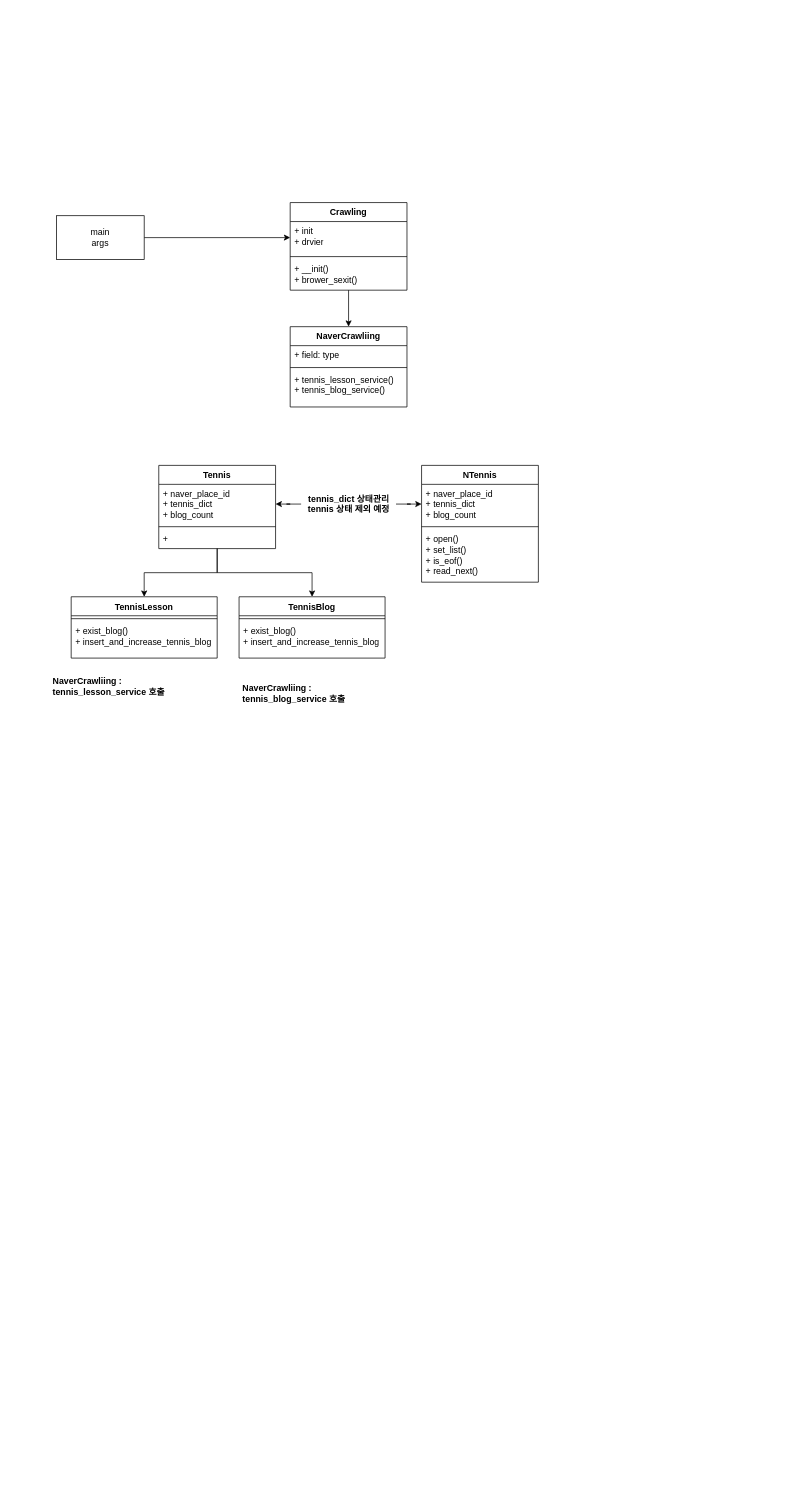
The draw.io diagram etc/Crawling-Diagram.drawio in Geol2/crawling-meme, before the edit. Source tidied: cells renumbered, new cells numbered last; positions are measured from the earlier drawing's top-left corner, leaving out a move shared by most shapes. Both pictures are drawn from the tidied source at 73%, with x=0, y=0 at pixel (49, 202).
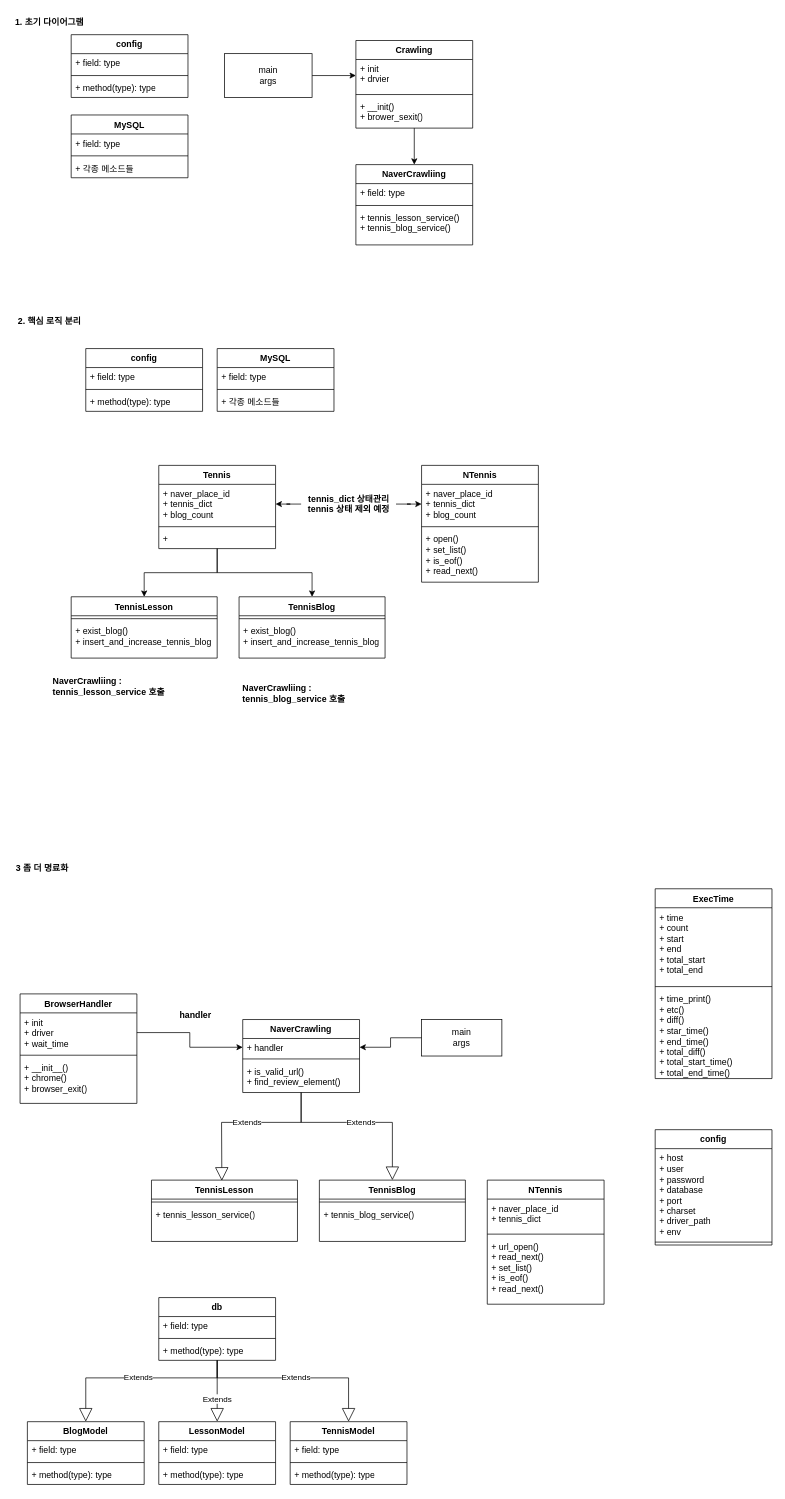
The same diagram, later.

What changed in the source:
```diff
@@
     <mxCell id="3" value="main&lt;br&gt;args" style="rounded=0;whiteSpace=wrap;html=1;" parent="1" vertex="1">
-      <mxGeometry x="10" y="18" width="120" height="60" as="geometry" />
+      <mxGeometry x="240" y="-204" width="120" height="60" as="geometry" />
     </mxCell>
@@
     <mxCell id="14" value="NaverCrawliing" style="swimlane;fontStyle=1;align=center;verticalAlign=top;horizontal=1;startSize=26;whiteSpace=wrap;html=1;" parent="1" vertex="1">
-      <mxGeometry x="330" y="170" width="160" height="110" as="geometry" />
+      <mxGeometry x="420" y="-52" width="160" height="110" as="geometry" />
     </mxCell>
@@
     <mxCell id="21" value="Crawling" style="swimlane;fontStyle=1;align=center;verticalAlign=top;horizontal=1;startSize=26;whiteSpace=wrap;html=1;" parent="1" vertex="1">
-      <mxGeometry x="330" width="160" height="120" as="geometry" />
+      <mxGeometry x="420" y="-222" width="160" height="120" as="geometry" />
     </mxCell>
@@
+    <mxCell id="34" value="TennisLesson" style="swimlane;fontStyle=1;align=center;verticalAlign=top;horizontal=1;startSize=26;whiteSpace=wrap;html=1;" parent="1" vertex="1">
+      <mxGeometry x="140" y="1339.1" width="200" height="84" as="geometry" />
+    </mxCell>
+    <mxCell id="35" style="line;strokeWidth=1;fillColor=none;align=left;verticalAlign=middle;spacingTop=-1;spacingLeft=3;spacingRight=3;labelPosition=right;strokeColor=inherit;" parent="34" vertex="1">
+      <mxGeometry y="26" width="200" height="8" as="geometry" />
+    </mxCell>
+    <mxCell id="36" value="+ tennis_lesson_service()" style="text;strokeColor=none;fillColor=none;align=left;verticalAlign=top;spacingLeft=4;spacingRight=4;overflow=hidden;whiteSpace=wrap;html=1;" parent="34" vertex="1">
+      <mxGeometry y="34" width="200" height="50" as="geometry" />
+    </mxCell>
+    <mxCell id="37" value="TennisBlog" style="swimlane;fontStyle=1;align=center;verticalAlign=top;horizontal=1;startSize=26;whiteSpace=wrap;html=1;" parent="1" vertex="1">
+      <mxGeometry x="370" y="1339.1" width="200" height="84" as="geometry" />
+    </mxCell>
+    <mxCell id="38" style="line;strokeWidth=1;fillColor=none;align=left;verticalAlign=middle;spacingTop=-1;spacingLeft=3;spacingRight=3;labelPosition=right;strokeColor=inherit;" parent="37" vertex="1">
+      <mxGeometry y="26" width="200" height="8" as="geometry" />
+    </mxCell>
+    <mxCell id="39" value="+ tennis_blog_service()" style="text;strokeColor=none;fillColor=none;align=left;verticalAlign=top;spacingLeft=4;spacingRight=4;overflow=hidden;whiteSpace=wrap;html=1;" parent="37" vertex="1">
+      <mxGeometry y="34" width="200" height="50" as="geometry" />
+    </mxCell>
+    <mxCell id="40" value="NTennis" style="swimlane;fontStyle=1;align=center;verticalAlign=top;horizontal=1;startSize=26;whiteSpace=wrap;html=1;" parent="1" vertex="1">
+      <mxGeometry x="600" y="1339.1" width="160" height="170" as="geometry" />
+    </mxCell>
+    <mxCell id="41" value="+ naver_place_id&lt;br&gt;+ tennis_dict" style="text;strokeColor=none;fillColor=none;align=left;verticalAlign=top;spacingLeft=4;spacingRight=4;overflow=hidden;whiteSpace=wrap;html=1;" parent="40" vertex="1">
+      <mxGeometry y="26" width="160" height="44" as="geometry" />
+    </mxCell>
+    <mxCell id="42" style="line;strokeWidth=1;fillColor=none;align=left;verticalAlign=middle;spacingTop=-1;spacingLeft=3;spacingRight=3;labelPosition=right;strokeColor=inherit;" parent="40" vertex="1">
+      <mxGeometry y="70" width="160" height="8" as="geometry" />
+    </mxCell>
+    <mxCell id="43" value="+&amp;nbsp;url_open&lt;span style=&quot;background-color: initial;&quot;&gt;()&lt;br&gt;&lt;/span&gt;+&amp;nbsp;read_next()&lt;br&gt;+ set_list()&lt;br&gt;+ is_eof()&lt;br&gt;+ read_next()" style="text;strokeColor=none;fillColor=none;align=left;verticalAlign=top;spacingLeft=4;spacingRight=4;overflow=hidden;whiteSpace=wrap;html=1;" parent="40" vertex="1">
+      <mxGeometry y="78" width="160" height="92" as="geometry" />
+    </mxCell>
+    <mxCell id="44" value="NaverCrawling" style="swimlane;fontStyle=1;align=center;verticalAlign=top;horizontal=1;startSize=26;whiteSpace=wrap;html=1;" parent="1" vertex="1">
+      <mxGeometry x="265" y="1119.1" width="160" height="100" as="geometry" />
+    </mxCell>
+    <mxCell id="45" value="+ handler" style="text;strokeColor=none;fillColor=none;align=left;verticalAlign=top;spacingLeft=4;spacingRight=4;overflow=hidden;points=[[0,0.5],[1,0.5]];portConstraint=eastwest;whiteSpace=wrap;html=1;" parent="44" vertex="1">
+      <mxGeometry y="26" width="160" height="24" as="geometry" />
+    </mxCell>
+    <mxCell id="46" style="line;strokeWidth=1;fillColor=none;align=left;verticalAlign=middle;spacingTop=-1;spacingLeft=3;spacingRight=3;labelPosition=right;strokeColor=inherit;" parent="44" vertex="1">
+      <mxGeometry y="50" width="160" height="8" as="geometry" />
+    </mxCell>
+    <mxCell id="47" value="+&amp;nbsp;is_valid_url()&lt;br&gt;+&amp;nbsp;find_review_element()" style="text;strokeColor=none;fillColor=none;align=left;verticalAlign=top;spacingLeft=4;spacingRight=4;overflow=hidden;points=[[0,0.5],[1,0.5]];portConstraint=eastwest;whiteSpace=wrap;html=1;" parent="44" vertex="1">
+      <mxGeometry y="58" width="160" height="42" as="geometry" />
+    </mxCell>
+    <mxCell id="48" value="config" style="swimlane;fontStyle=1;align=center;verticalAlign=top;horizontal=1;startSize=26;whiteSpace=wrap;html=1;" parent="1" vertex="1">
+      <mxGeometry x="830" y="1270" width="160" height="158" as="geometry" />
+    </mxCell>
+    <mxCell id="49" value="+ host&lt;br&gt;+ user&lt;br&gt;+ password&lt;br&gt;+ database&lt;br&gt;+ port&lt;br&gt;+ charset&lt;br&gt;+ driver_path&lt;br&gt;+ env" style="text;strokeColor=none;fillColor=none;align=left;verticalAlign=top;spacingLeft=4;spacingRight=4;overflow=hidden;whiteSpace=wrap;html=1;" parent="48" vertex="1">
+      <mxGeometry y="26" width="160" height="124" as="geometry" />
+    </mxCell>
+    <mxCell id="50" style="line;strokeWidth=1;fillColor=none;align=left;verticalAlign=middle;spacingTop=-1;spacingLeft=3;spacingRight=3;labelPosition=right;strokeColor=inherit;" parent="48" vertex="1">
+      <mxGeometry y="150" width="160" height="8" as="geometry" />
+    </mxCell>
+    <mxCell id="51" value="ExecTime" style="swimlane;fontStyle=1;align=center;verticalAlign=top;horizontal=1;startSize=26;whiteSpace=wrap;html=1;" parent="1" vertex="1">
+      <mxGeometry x="830" y="940" width="160" height="260" as="geometry" />
+    </mxCell>
+    <mxCell id="52" value="+ time&lt;br&gt;+ count&lt;br&gt;+ start&lt;br&gt;+ end&lt;br&gt;+ total_start&lt;br&gt;+ total_end&lt;br&gt;" style="text;strokeColor=none;fillColor=none;align=left;verticalAlign=top;spacingLeft=4;spacingRight=4;overflow=hidden;whiteSpace=wrap;html=1;" parent="51" vertex="1">
+      <mxGeometry y="26" width="160" height="104" as="geometry" />
+    </mxCell>
+    <mxCell id="53" style="line;strokeWidth=1;fillColor=none;align=left;verticalAlign=middle;spacingTop=-1;spacingLeft=3;spacingRight=3;labelPosition=right;strokeColor=inherit;" parent="51" vertex="1">
+      <mxGeometry y="130" width="160" height="8" as="geometry" />
+    </mxCell>
+    <mxCell id="54" value="+&amp;nbsp;time_print()&lt;br&gt;+ etc()&lt;br&gt;+ diff()&lt;br&gt;+ star_time()&lt;br&gt;+ end_time()&lt;br&gt;+ total_diff()&lt;br&gt;+ total_start_time()&lt;br&gt;+ total_end_time()" style="text;strokeColor=none;fillColor=none;align=left;verticalAlign=top;spacingLeft=4;spacingRight=4;overflow=hidden;whiteSpace=wrap;html=1;" parent="51" vertex="1">
+      <mxGeometry y="138" width="160" height="122" as="geometry" />
+    </mxCell>
+    <mxCell id="55" value="BrowserHandler" style="swimlane;fontStyle=1;align=center;verticalAlign=top;horizontal=1;startSize=26;whiteSpace=wrap;html=1;" parent="1" vertex="1">
+      <mxGeometry x="-40" y="1084" width="160" height="150" as="geometry" />
+    </mxCell>
+    <mxCell id="56" value="+ init&lt;br&gt;+ driver&lt;br&gt;+ wait_time" style="text;strokeColor=none;fillColor=none;align=left;verticalAlign=top;spacingLeft=4;spacingRight=4;overflow=hidden;points=[[0,0.5],[1,0.5]];portConstraint=eastwest;whiteSpace=wrap;html=1;" parent="55" vertex="1">
+      <mxGeometry y="26" width="160" height="54" as="geometry" />
+    </mxCell>
+    <mxCell id="57" style="line;strokeWidth=1;fillColor=none;align=left;verticalAlign=middle;spacingTop=-1;spacingLeft=3;spacingRight=3;labelPosition=right;strokeColor=inherit;" parent="55" vertex="1">
+      <mxGeometry y="80" width="160" height="8" as="geometry" />
+    </mxCell>
+    <mxCell id="58" value="+ __init__()&lt;br&gt;+ chrome()&lt;br&gt;+ browser_exit()" style="text;strokeColor=none;fillColor=none;align=left;verticalAlign=top;spacingLeft=4;spacingRight=4;overflow=hidden;whiteSpace=wrap;html=1;" parent="55" vertex="1">
+      <mxGeometry y="88" width="160" height="62" as="geometry" />
+    </mxCell>
+    <mxCell id="59" value="db" style="swimlane;fontStyle=1;align=center;verticalAlign=top;horizontal=1;startSize=26;whiteSpace=wrap;html=1;" parent="1" vertex="1">
+      <mxGeometry x="150" y="1500" width="160" height="86" as="geometry" />
+    </mxCell>
+    <mxCell id="60" value="+ field: type" style="text;strokeColor=none;fillColor=none;align=left;verticalAlign=top;spacingLeft=4;spacingRight=4;overflow=hidden;whiteSpace=wrap;html=1;" parent="59" vertex="1">
+      <mxGeometry y="26" width="160" height="26" as="geometry" />
+    </mxCell>
+    <mxCell id="61" style="line;strokeWidth=1;fillColor=none;align=left;verticalAlign=middle;spacingTop=-1;spacingLeft=3;spacingRight=3;labelPosition=right;strokeColor=inherit;" parent="59" vertex="1">
+      <mxGeometry y="52" width="160" height="8" as="geometry" />
+    </mxCell>
+    <mxCell id="62" value="+ method(type): type" style="text;strokeColor=none;fillColor=none;align=left;verticalAlign=top;spacingLeft=4;spacingRight=4;overflow=hidden;points=[[0,0.5],[1,0.5]];portConstraint=eastwest;whiteSpace=wrap;html=1;" parent="59" vertex="1">
+      <mxGeometry y="60" width="160" height="26" as="geometry" />
+    </mxCell>
+    <mxCell id="63" style="edgeStyle=orthogonalEdgeStyle;rounded=0;jettySize=auto;html=1;entryX=0;entryY=0.5;entryDx=0;entryDy=0;" parent="1" edge="1" source="56" target="45">
+      <mxGeometry relative="1" as="geometry" />
+    </mxCell>
+    <mxCell id="64" value="handler" style="text;align=center;fontStyle=1;verticalAlign=middle;spacingLeft=3;spacingRight=3;strokeColor=none;html=1;" parent="1" vertex="1">
+      <mxGeometry x="160" y="1100" width="80" height="26" as="geometry" />
+    </mxCell>
+    <mxCell id="65" value="BlogModel" style="swimlane;fontStyle=1;align=center;verticalAlign=top;horizontal=1;startSize=26;whiteSpace=wrap;html=1;" parent="1" vertex="1">
+      <mxGeometry x="-30" y="1670" width="160" height="86" as="geometry" />
+    </mxCell>
+    <mxCell id="66" value="+ field: type" style="text;strokeColor=none;fillColor=none;align=left;verticalAlign=top;spacingLeft=4;spacingRight=4;overflow=hidden;whiteSpace=wrap;html=1;" parent="65" vertex="1">
+      <mxGeometry y="26" width="160" height="26" as="geometry" />
+    </mxCell>
+    <mxCell id="67" style="line;strokeWidth=1;fillColor=none;align=left;verticalAlign=middle;spacingTop=-1;spacingLeft=3;spacingRight=3;labelPosition=right;strokeColor=inherit;" parent="65" vertex="1">
+      <mxGeometry y="52" width="160" height="8" as="geometry" />
+    </mxCell>
+    <mxCell id="68" value="+ method(type): type" style="text;strokeColor=none;fillColor=none;align=left;verticalAlign=top;spacingLeft=4;spacingRight=4;overflow=hidden;whiteSpace=wrap;html=1;" parent="65" vertex="1">
+      <mxGeometry y="60" width="160" height="26" as="geometry" />
+    </mxCell>
+    <mxCell id="69" value="LessonModel" style="swimlane;fontStyle=1;align=center;verticalAlign=top;horizontal=1;startSize=26;whiteSpace=wrap;html=1;" parent="1" vertex="1">
+      <mxGeometry x="150" y="1670" width="160" height="86" as="geometry" />
+    </mxCell>
+    <mxCell id="70" value="+ field: type" style="text;strokeColor=none;fillColor=none;align=left;verticalAlign=top;spacingLeft=4;spacingRight=4;overflow=hidden;whiteSpace=wrap;html=1;" parent="69" vertex="1">
+      <mxGeometry y="26" width="160" height="26" as="geometry" />
+    </mxCell>
+    <mxCell id="71" style="line;strokeWidth=1;fillColor=none;align=left;verticalAlign=middle;spacingTop=-1;spacingLeft=3;spacingRight=3;labelPosition=right;strokeColor=inherit;" parent="69" vertex="1">
+      <mxGeometry y="52" width="160" height="8" as="geometry" />
+    </mxCell>
+    <mxCell id="72" value="+ method(type): type" style="text;strokeColor=none;fillColor=none;align=left;verticalAlign=top;spacingLeft=4;spacingRight=4;overflow=hidden;whiteSpace=wrap;html=1;" parent="69" vertex="1">
+      <mxGeometry y="60" width="160" height="26" as="geometry" />
+    </mxCell>
+    <mxCell id="73" value="TennisModel" style="swimlane;fontStyle=1;align=center;verticalAlign=top;horizontal=1;startSize=26;whiteSpace=wrap;html=1;" parent="1" vertex="1">
+      <mxGeometry x="330" y="1670" width="160" height="86" as="geometry" />
+    </mxCell>
+    <mxCell id="74" value="+ field: type" style="text;strokeColor=none;fillColor=none;align=left;verticalAlign=top;spacingLeft=4;spacingRight=4;overflow=hidden;whiteSpace=wrap;html=1;" parent="73" vertex="1">
+      <mxGeometry y="26" width="160" height="26" as="geometry" />
+    </mxCell>
+    <mxCell id="75" style="line;strokeWidth=1;fillColor=none;align=left;verticalAlign=middle;spacingTop=-1;spacingLeft=3;spacingRight=3;labelPosition=right;strokeColor=inherit;" parent="73" vertex="1">
+      <mxGeometry y="52" width="160" height="8" as="geometry" />
+    </mxCell>
+    <mxCell id="76" value="+ method(type): type" style="text;strokeColor=none;fillColor=none;align=left;verticalAlign=top;spacingLeft=4;spacingRight=4;overflow=hidden;whiteSpace=wrap;html=1;" parent="73" vertex="1">
+      <mxGeometry y="60" width="160" height="26" as="geometry" />
+    </mxCell>
+    <mxCell id="77" value="main&lt;br&gt;args" style="html=1;whiteSpace=wrap;" parent="1" vertex="1">
+      <mxGeometry x="510" y="1119.1" width="110" height="50" as="geometry" />
+    </mxCell>
+    <mxCell id="78" value="1. 초기 다이어그램" style="text;align=center;fontStyle=1;verticalAlign=middle;spacingLeft=3;spacingRight=3;strokeColor=none;html=1;" parent="1" vertex="1">
+      <mxGeometry x="-40" y="-260" width="80" height="26" as="geometry" />
+    </mxCell>
+    <mxCell id="79" value="2. 핵심 로직 분리" style="text;align=center;fontStyle=1;verticalAlign=middle;spacingLeft=3;spacingRight=3;strokeColor=none;html=1;" parent="1" vertex="1">
+      <mxGeometry x="-50" y="150" width="100" height="26" as="geometry" />
+    </mxCell>
+    <mxCell id="80" value="3 좀 더 명료화" style="text;align=center;fontStyle=1;verticalAlign=middle;spacingLeft=3;spacingRight=3;strokeColor=none;html=1;" parent="1" vertex="1">
+      <mxGeometry x="-50" y="899" width="80" height="26" as="geometry" />
+    </mxCell>
+    <mxCell id="81" value="config" style="swimlane;fontStyle=1;align=center;verticalAlign=top;horizontal=1;startSize=26;whiteSpace=wrap;html=1;" parent="1" vertex="1">
+      <mxGeometry x="50" y="200" width="160" height="86" as="geometry" />
+    </mxCell>
+    <mxCell id="82" value="+ field: type" style="text;strokeColor=none;fillColor=none;align=left;verticalAlign=top;spacingLeft=4;spacingRight=4;overflow=hidden;whiteSpace=wrap;html=1;" parent="81" vertex="1">
+      <mxGeometry y="26" width="160" height="26" as="geometry" />
+    </mxCell>
+    <mxCell id="83" style="line;strokeWidth=1;fillColor=none;align=left;verticalAlign=middle;spacingTop=-1;spacingLeft=3;spacingRight=3;labelPosition=right;strokeColor=inherit;" parent="81" vertex="1">
+      <mxGeometry y="52" width="160" height="8" as="geometry" />
+    </mxCell>
+    <mxCell id="84" value="+ method(type): type" style="text;strokeColor=none;fillColor=none;align=left;verticalAlign=top;spacingLeft=4;spacingRight=4;overflow=hidden;whiteSpace=wrap;html=1;" parent="81" vertex="1">
+      <mxGeometry y="60" width="160" height="26" as="geometry" />
+    </mxCell>
+    <mxCell id="85" value="MySQL" style="swimlane;fontStyle=1;align=center;verticalAlign=top;horizontal=1;startSize=26;whiteSpace=wrap;html=1;" parent="1" vertex="1">
+      <mxGeometry x="230" y="200" width="160" height="86" as="geometry" />
+    </mxCell>
+    <mxCell id="86" value="+ field: type" style="text;strokeColor=none;fillColor=none;align=left;verticalAlign=top;spacingLeft=4;spacingRight=4;overflow=hidden;whiteSpace=wrap;html=1;" parent="85" vertex="1">
+      <mxGeometry y="26" width="160" height="26" as="geometry" />
+    </mxCell>
+    <mxCell id="87" style="line;strokeWidth=1;fillColor=none;align=left;verticalAlign=middle;spacingTop=-1;spacingLeft=3;spacingRight=3;labelPosition=right;strokeColor=inherit;" parent="85" vertex="1">
+      <mxGeometry y="52" width="160" height="8" as="geometry" />
+    </mxCell>
+    <mxCell id="88" value="+ 각종 메소드들" style="text;strokeColor=none;fillColor=none;align=left;verticalAlign=top;spacingLeft=4;spacingRight=4;overflow=hidden;whiteSpace=wrap;html=1;" parent="85" vertex="1">
+      <mxGeometry y="60" width="160" height="26" as="geometry" />
+    </mxCell>
+    <mxCell id="89" value="config" style="swimlane;fontStyle=1;align=center;verticalAlign=top;horizontal=1;startSize=26;whiteSpace=wrap;html=1;" parent="1" vertex="1">
+      <mxGeometry x="30" y="-230" width="160" height="86" as="geometry" />
+    </mxCell>
+    <mxCell id="90" value="+ field: type" style="text;strokeColor=none;fillColor=none;align=left;verticalAlign=top;spacingLeft=4;spacingRight=4;overflow=hidden;whiteSpace=wrap;html=1;" parent="89" vertex="1">
+      <mxGeometry y="26" width="160" height="26" as="geometry" />
+    </mxCell>
+    <mxCell id="91" style="line;strokeWidth=1;fillColor=none;align=left;verticalAlign=middle;spacingTop=-1;spacingLeft=3;spacingRight=3;labelPosition=right;strokeColor=inherit;" parent="89" vertex="1">
+      <mxGeometry y="52" width="160" height="8" as="geometry" />
+    </mxCell>
+    <mxCell id="92" value="+ method(type): type" style="text;strokeColor=none;fillColor=none;align=left;verticalAlign=top;spacingLeft=4;spacingRight=4;overflow=hidden;whiteSpace=wrap;html=1;" parent="89" vertex="1">
+      <mxGeometry y="60" width="160" height="26" as="geometry" />
+    </mxCell>
+    <mxCell id="93" value="MySQL" style="swimlane;fontStyle=1;align=center;verticalAlign=top;horizontal=1;startSize=26;whiteSpace=wrap;html=1;" parent="1" vertex="1">
+      <mxGeometry x="30" y="-120" width="160" height="86" as="geometry" />
+    </mxCell>
+    <mxCell id="94" value="+ field: type" style="text;strokeColor=none;fillColor=none;align=left;verticalAlign=top;spacingLeft=4;spacingRight=4;overflow=hidden;whiteSpace=wrap;html=1;" parent="93" vertex="1">
+      <mxGeometry y="26" width="160" height="26" as="geometry" />
+    </mxCell>
+    <mxCell id="95" style="line;strokeWidth=1;fillColor=none;align=left;verticalAlign=middle;spacingTop=-1;spacingLeft=3;spacingRight=3;labelPosition=right;strokeColor=inherit;" parent="93" vertex="1">
+      <mxGeometry y="52" width="160" height="8" as="geometry" />
+    </mxCell>
+    <mxCell id="96" value="+ 각종 메소드들" style="text;strokeColor=none;fillColor=none;align=left;verticalAlign=top;spacingLeft=4;spacingRight=4;overflow=hidden;whiteSpace=wrap;html=1;" parent="93" vertex="1">
+      <mxGeometry y="60" width="160" height="26" as="geometry" />
+    </mxCell>
+    <mxCell id="97" value="Extends" style="endArrow=block;endSize=16;endFill=0;html=1;rounded=0;entryX=0.482;entryY=0.011;entryDx=0;entryDy=0;entryPerimeter=0;" parent="1" edge="1" source="47" target="34">
+      <mxGeometry relative="1" as="geometry">
+        <Array as="points">
+          <mxPoint x="345" y="1260" />
+          <mxPoint x="236" y="1260" />
+        </Array>
+      </mxGeometry>
+    </mxCell>
+    <mxCell id="98" value="Extends" style="endArrow=block;endSize=16;endFill=0;html=1;rounded=0;entryX=0.5;entryY=0;entryDx=0;entryDy=0;" parent="1" edge="1" source="47" target="37">
+      <mxGeometry relative="1" as="geometry">
+        <Array as="points">
+          <mxPoint x="345" y="1260" />
+          <mxPoint x="470" y="1260" />
+        </Array>
+      </mxGeometry>
+    </mxCell>
+    <mxCell id="99" style="edgeStyle=orthogonalEdgeStyle;rounded=0;jettySize=auto;html=1;entryX=1;entryY=0.5;entryDx=0;entryDy=0;exitX=0;exitY=0.5;exitDx=0;exitDy=0;" parent="1" edge="1" source="77" target="45">
+      <mxGeometry relative="1" as="geometry" />
+    </mxCell>
+    <mxCell id="100" value="Extends" style="endArrow=block;endSize=16;endFill=0;html=1;rounded=0;entryX=0.5;entryY=0;entryDx=0;entryDy=0;" parent="1" edge="1" source="62" target="65">
+      <mxGeometry relative="1" as="geometry">
+        <Array as="points">
+          <mxPoint x="230" y="1610" />
+          <mxPoint x="50" y="1610" />
+        </Array>
+      </mxGeometry>
+    </mxCell>
+    <mxCell id="101" value="Extends" style="endArrow=block;endSize=16;endFill=0;html=1;rounded=0;entryX=0.5;entryY=0;entryDx=0;entryDy=0;" parent="1" edge="1" source="62" target="69">
+      <mxGeometry x="0.25" relative="1" as="geometry" />
+    </mxCell>
+    <mxCell id="102" value="Extends" style="endArrow=block;endSize=16;endFill=0;html=1;rounded=0;entryX=0.5;entryY=0;entryDx=0;entryDy=0;" parent="1" edge="1" source="62" target="73">
+      <mxGeometry relative="1" as="geometry">
+        <Array as="points">
+          <mxPoint x="230" y="1610" />
+          <mxPoint x="410" y="1610" />
+        </Array>
+      </mxGeometry>
+    </mxCell>
```
